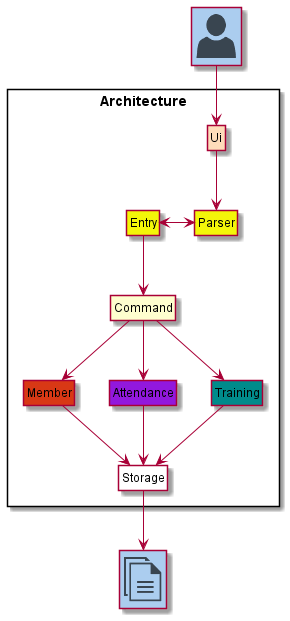
Earlier version of the PlantUML export docs/images/ArchitectureDiagram.png (nus-cs2113-AY2122S1/tp).
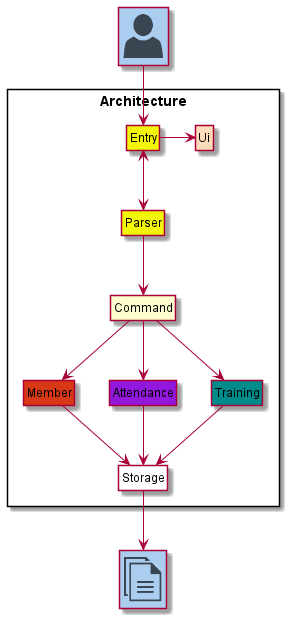
After the change.

Change to the diagram source:
```diff
@@ -11,22 +11,22 @@
 Class Training #008b8b
 Class Command
 Class Storage #ffffff
+Class Storage #ffffff
 }
 
 Class "<$user>" as User #abcdef
 Class "<$documents>" as File #abcdef
 
-User -down-> Ui
-Ui -down-> Parser
-Parser <-left-> Entry
-Entry -down-> Command
+User -down-> Entry
+Entry -right-> Ui
+Entry <-down-> Parser
+Parser -down-> Command
 Command -down-> Member
 Command -down-> Training
 Command -down-> Attendance
 Member-down-> Storage
 Attendance -down-> Storage
 Training -down-> Storage
-
 Storage -down-> File
 
 hide members
```
